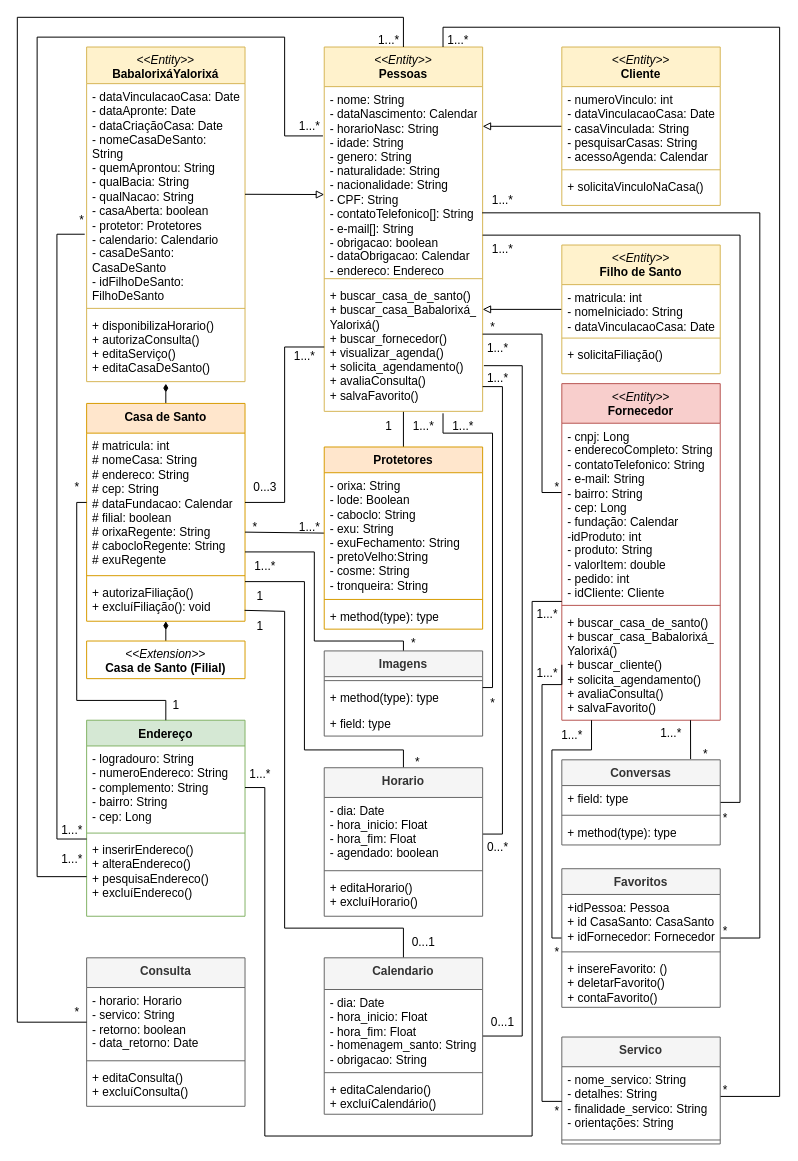
AlexCarvalhovisk/sarava keeps this draw.io diagram as DiagramaDeClasseSarava.drawio. Above is the earlier version. Source tidied: cells renumbered, new cells numbered last; positions are measured from the earlier drawing's top-left corner, leaving out a move shared by most shapes. Both pictures are drawn from the tidied source at 99%, with x=0, y=0 at pixel (17, 17).
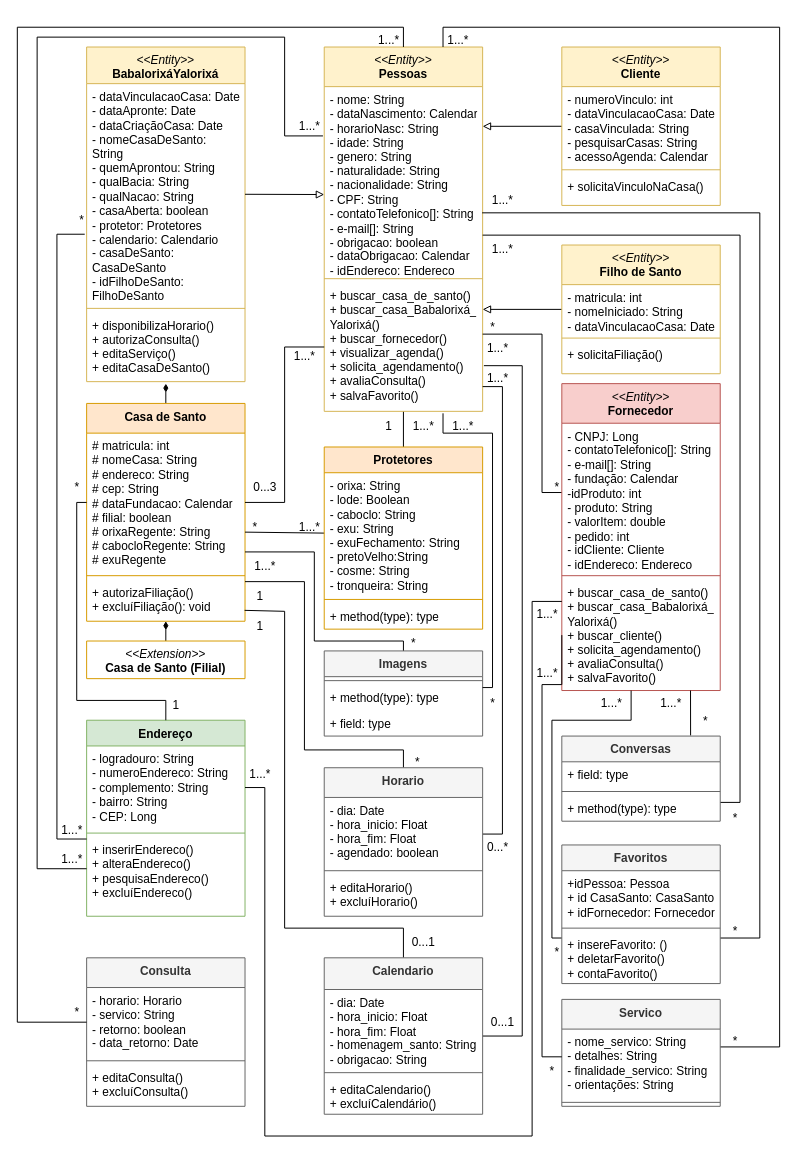
Above is the later version.

Unchanged cells that the change refers to:
```xml
<mxCell id="3" value="&lt;i style=&quot;border-color: var(--border-color); font-weight: 400;&quot;&gt;&amp;lt;&amp;lt;Entity&amp;gt;&amp;gt;&lt;/i&gt;&lt;br&gt;Pessoas" style="swimlane;fontStyle=1;align=center;verticalAlign=top;horizontal=1;startSize=40;whiteSpace=wrap;html=1;fillColor=#fff2cc;strokeColor=#d6b656;" parent="1" vertex="1">
  <mxGeometry x="310" y="30" width="160" height="368" as="geometry" />
</mxCell>
<mxCell id="40" value="- horario: Horario&lt;br&gt;- servico: String&lt;br&gt;- retorno: boolean&lt;br&gt;- data_retorno: Date" style="text;strokeColor=none;fillColor=none;align=left;verticalAlign=top;spacingLeft=4;spacingRight=4;overflow=hidden;points=[[0,0.5],[1,0.5]];portConstraint=eastwest;whiteSpace=wrap;html=1;" parent="39" vertex="1">
  <mxGeometry y="30" width="160" height="70" as="geometry" />
</mxCell>
<mxCell id="51" value="- nome_servico: String&lt;br&gt;- detalhes: String&lt;br&gt;- finalidade_servico: String&lt;br&gt;- orientações: String" style="text;strokeColor=none;fillColor=none;align=left;verticalAlign=top;spacingLeft=4;spacingRight=4;overflow=hidden;points=[[0,0.5],[1,0.5]];portConstraint=eastwest;whiteSpace=wrap;html=1;" parent="50" vertex="1">
  <mxGeometry y="30" width="160" height="70" as="geometry" />
</mxCell>
<mxCell id="53" value="Endereço" style="swimlane;fontStyle=1;align=center;verticalAlign=top;horizontal=1;startSize=26;whiteSpace=wrap;html=1;fillColor=#d5e8d4;strokeColor=#82b366;" parent="1" vertex="1">
  <mxGeometry x="70" y="710" width="160" height="198" as="geometry" />
</mxCell>
<mxCell id="56" value="+ inserirEndereco()&lt;br&gt;+ alteraEndereco()&lt;br&gt;+ pesquisaEndereco()&lt;br&gt;+ excluíEndereco()" style="text;strokeColor=none;fillColor=none;align=left;verticalAlign=top;spacingLeft=4;spacingRight=4;overflow=hidden;points=[[0,0.5],[1,0.5]];portConstraint=eastwest;whiteSpace=wrap;html=1;" parent="53" vertex="1">
  <mxGeometry y="118" width="160" height="80" as="geometry" />
</mxCell>
```

The edit, as a diff of the source:
```diff
@@
-    <mxCell id="4" value="- nome: String&lt;br&gt;- dataNascimento: Calendar&lt;br&gt;- horarioNasc: String&lt;br&gt;- idade: String&lt;br&gt;- genero: String&lt;br&gt;- naturalidade: String&lt;br&gt;- nacionalidade: String&lt;br&gt;- CPF: String&lt;br&gt;- contatoTelefonico[]: String&lt;br&gt;- e-mail[]: String&lt;br&gt;- obrigacao: boolean&lt;br&gt;- dataObrigacao: Calendar&lt;br&gt;- endereco: Endereco" style="text;strokeColor=none;fillColor=none;align=left;verticalAlign=top;spacingLeft=4;spacingRight=4;overflow=hidden;points=[[0,0.5],[1,0.5]];portConstraint=eastwest;whiteSpace=wrap;html=1;" parent="3" vertex="1">
+    <mxCell id="4" value="- nome: String&lt;br&gt;- dataNascimento: Calendar&lt;br&gt;- horarioNasc: String&lt;br&gt;- idade: String&lt;br&gt;- genero: String&lt;br&gt;- naturalidade: String&lt;br&gt;- nacionalidade: String&lt;br&gt;- CPF: String&lt;br&gt;- contatoTelefonico[]: String&lt;br&gt;- e-mail[]: String&lt;br&gt;- obrigacao: boolean&lt;br&gt;- dataObrigacao: Calendar&lt;br&gt;- idEndereco: Endereco" style="text;strokeColor=none;fillColor=none;align=left;verticalAlign=top;spacingLeft=4;spacingRight=4;overflow=hidden;points=[[0,0.5],[1,0.5]];portConstraint=eastwest;whiteSpace=wrap;html=1;" parent="3" vertex="1">
       <mxGeometry y="40" width="160" height="190" as="geometry" />
     </mxCell>
@@
     <mxCell id="18" value="&lt;i style=&quot;border-color: var(--border-color); font-weight: 400;&quot;&gt;&amp;lt;&amp;lt;Entity&amp;gt;&amp;gt;&lt;/i&gt;&lt;br&gt;Fornecedor" style="swimlane;fontStyle=1;align=center;verticalAlign=top;horizontal=1;startSize=40;whiteSpace=wrap;html=1;fillColor=#f8cecc;strokeColor=#b85450;" parent="1" vertex="1">
-      <mxGeometry x="550" y="370" width="160" height="340" as="geometry" />
+      <mxGeometry x="550" y="370" width="160" height="310" as="geometry" />
     </mxCell>
-    <mxCell id="19" value="- cnpj: Long&lt;br&gt;- enderecoCompleto: String&lt;br&gt;- contatoTelefonico: String&lt;br&gt;- e-mail: String&lt;br&gt;- bairro: String&lt;br style=&quot;border-color: var(--border-color);&quot;&gt;- cep: Long&lt;br&gt;- fundação: Calendar&lt;br&gt;-idProduto: int&lt;br&gt;- produto: String&lt;br&gt;- valorItem: double&lt;br&gt;- pedido: int&lt;br&gt;- idCliente: Cliente" style="text;strokeColor=none;fillColor=none;align=left;verticalAlign=top;spacingLeft=4;spacingRight=4;overflow=hidden;points=[[0,0.5],[1,0.5]];portConstraint=eastwest;whiteSpace=wrap;html=1;" parent="18" vertex="1">
-      <mxGeometry y="40" width="160" height="180" as="geometry" />
+    <mxCell id="19" value="- CNPJ: Long&lt;br&gt;- contatoTelefonico[]: String&lt;br&gt;- e-mail[]: String&lt;br&gt;- fundação: Calendar&lt;br&gt;-idProduto: int&lt;br&gt;- produto: String&lt;br&gt;- valorItem: double&lt;br&gt;- pedido: int&lt;br&gt;- idCliente: Cliente&lt;br&gt;- idEndereco: Endereco" style="text;strokeColor=none;fillColor=none;align=left;verticalAlign=top;spacingLeft=4;spacingRight=4;overflow=hidden;points=[[0,0.5],[1,0.5]];portConstraint=eastwest;whiteSpace=wrap;html=1;" parent="18" vertex="1">
+      <mxGeometry y="40" width="160" height="150" as="geometry" />
     </mxCell>
     <mxCell id="20" style="line;strokeWidth=1;fillColor=none;align=left;verticalAlign=middle;spacingTop=-1;spacingLeft=3;spacingRight=3;labelPosition=right;strokeColor=inherit;" parent="18" vertex="1">
-      <mxGeometry y="220" width="160" height="8" as="geometry" />
+      <mxGeometry y="190" width="160" height="8" as="geometry" />
     </mxCell>
     <mxCell id="21" value="+ buscar_casa_de_santo()&lt;br&gt;+ buscar_casa_Babalorixá_&lt;br&gt;Yalorixá()&lt;br&gt;+ buscar_cliente()&lt;br&gt;+ solicita_agendamento()&lt;br&gt;+ avaliaConsulta()&lt;br&gt;+ salvaFavorito()" style="text;strokeColor=none;fillColor=none;align=left;verticalAlign=top;spacingLeft=4;spacingRight=4;overflow=hidden;points=[[0,0.5],[1,0.5]];portConstraint=eastwest;whiteSpace=wrap;html=1;" parent="18" vertex="1">
-      <mxGeometry y="228" width="160" height="112" as="geometry" />
+      <mxGeometry y="198" width="160" height="112" as="geometry" />
     </mxCell>
@@
     <mxCell id="49" style="edgeStyle=orthogonalEdgeStyle;rounded=0;jettySize=auto;html=1;endArrow=none;endFill=0;" parent="1" edge="1" source="50">
       <mxGeometry relative="1" as="geometry">
         <mxPoint x="430" y="30" as="targetPoint" />
         <Array as="points">
-          <mxPoint x="770" y="1090" />
+          <mxPoint x="770" y="1040" />
           <mxPoint x="770" y="10" />
           <mxPoint x="430" y="10" />
         </Array>
       </mxGeometry>
     </mxCell>
     <mxCell id="50" value="Servico" style="swimlane;fontStyle=1;align=center;verticalAlign=top;horizontal=1;startSize=30;whiteSpace=wrap;html=1;fillColor=#f5f5f5;fontColor=#333333;strokeColor=#666666;" parent="1" vertex="1">
-      <mxGeometry x="550" y="1030" width="160" height="108" as="geometry" />
+      <mxGeometry x="550" y="992" width="160" height="108" as="geometry" />
     </mxCell>
@@
-    <mxCell id="54" value="- logradouro: String&lt;br&gt;- numeroEndereco: String&lt;br&gt;- complemento: String&lt;br&gt;- bairro: String&lt;br&gt;- cep: Long" style="text;strokeColor=none;fillColor=none;align=left;verticalAlign=top;spacingLeft=4;spacingRight=4;overflow=hidden;points=[[0,0.5],[1,0.5]];portConstraint=eastwest;whiteSpace=wrap;html=1;" parent="53" vertex="1">
+    <mxCell id="54" value="- logradouro: String&lt;br&gt;- numeroEndereco: String&lt;br&gt;- complemento: String&lt;br&gt;- bairro: String&lt;br&gt;- CEP: Long" style="text;strokeColor=none;fillColor=none;align=left;verticalAlign=top;spacingLeft=4;spacingRight=4;overflow=hidden;points=[[0,0.5],[1,0.5]];portConstraint=eastwest;whiteSpace=wrap;html=1;" parent="53" vertex="1">
       <mxGeometry y="26" width="160" height="84" as="geometry" />
     </mxCell>
@@
     <mxCell id="62" style="rounded=0;jettySize=auto;html=1;endArrow=none;endFill=0;exitX=0.813;exitY=-0.007;exitDx=0;exitDy=0;exitPerimeter=0;" parent="1" edge="1" source="64">
       <mxGeometry relative="1" as="geometry">
-        <mxPoint x="680" y="710" as="targetPoint" />
+        <mxPoint x="680" y="680" as="targetPoint" />
       </mxGeometry>
     </mxCell>
@@
     <mxCell id="64" value="Conversas" style="swimlane;fontStyle=1;align=center;verticalAlign=top;horizontal=1;startSize=26;whiteSpace=wrap;html=1;fillColor=#f5f5f5;fontColor=#333333;strokeColor=#666666;" parent="1" vertex="1">
-      <mxGeometry x="550" y="750" width="160" height="86" as="geometry" />
+      <mxGeometry x="550" y="726" width="160" height="86" as="geometry" />
     </mxCell>
@@
     <mxCell id="69" style="edgeStyle=orthogonalEdgeStyle;rounded=0;jettySize=auto;html=1;endArrow=none;endFill=0;" parent="1" edge="1" source="70" target="21">
       <mxGeometry relative="1" as="geometry">
         <Array as="points">
           <mxPoint x="540" y="930" />
-          <mxPoint x="540" y="740" />
-          <mxPoint x="580" y="740" />
+          <mxPoint x="540" y="710" />
+          <mxPoint x="620" y="710" />
         </Array>
       </mxGeometry>
     </mxCell>
     <mxCell id="70" value="Favoritos" style="swimlane;fontStyle=1;align=center;verticalAlign=top;horizontal=1;startSize=26;whiteSpace=wrap;html=1;fillColor=#f5f5f5;fontColor=#333333;strokeColor=#666666;" parent="1" vertex="1">
-      <mxGeometry x="550" y="860" width="160" height="140" as="geometry" />
+      <mxGeometry x="550" y="836" width="160" height="140" as="geometry" />
     </mxCell>
@@
     <mxCell id="85" value="*" style="text;html=1;align=center;verticalAlign=middle;strokeColor=none;fillColor=none;" parent="1" vertex="1">
-      <mxGeometry x="700" y="1069" width="30" height="30" as="geometry" />
+      <mxGeometry x="710" y="1020" width="30" height="30" as="geometry" />
     </mxCell>
@@
     <mxCell id="88" value="*" style="text;html=1;align=center;verticalAlign=middle;strokeColor=none;fillColor=none;" parent="1" vertex="1">
-      <mxGeometry x="700" y="908" width="30" height="30" as="geometry" />
+      <mxGeometry x="710" y="908" width="30" height="30" as="geometry" />
     </mxCell>
     <mxCell id="89" value="*" style="text;html=1;align=center;verticalAlign=middle;strokeColor=none;fillColor=none;" parent="1" vertex="1">
-      <mxGeometry x="700" y="794" width="30" height="30" as="geometry" />
+      <mxGeometry x="710" y="794" width="30" height="30" as="geometry" />
     </mxCell>
@@
     <mxCell id="91" style="edgeStyle=orthogonalEdgeStyle;rounded=0;jettySize=auto;html=1;endArrow=none;endFill=0;" parent="1" edge="1" source="40">
       <mxGeometry relative="1" as="geometry">
         <mxPoint x="390" y="30" as="targetPoint" />
         <Array as="points">
           <mxPoint y="1015" />
-          <mxPoint />
-          <mxPoint x="390" />
+          <mxPoint y="10" />
+          <mxPoint x="390" y="10" />
         </Array>
       </mxGeometry>
     </mxCell>
@@
     <mxCell id="118" value="*" style="text;html=1;align=center;verticalAlign=middle;strokeColor=none;fillColor=none;" parent="1" vertex="1">
-      <mxGeometry x="680" y="730" width="30" height="30" as="geometry" />
+      <mxGeometry x="680" y="696" width="30" height="30" as="geometry" />
     </mxCell>
     <mxCell id="119" value="1...*" style="text;html=1;align=center;verticalAlign=middle;strokeColor=none;fillColor=none;" parent="1" vertex="1">
-      <mxGeometry x="540" y="710" width="40" height="30" as="geometry" />
+      <mxGeometry x="580" y="678" width="40" height="30" as="geometry" />
     </mxCell>
@@
     <mxCell id="121" style="edgeStyle=orthogonalEdgeStyle;rounded=0;jettySize=auto;html=1;entryX=0;entryY=0.5;entryDx=0;entryDy=0;endArrow=none;endFill=0;" parent="1" edge="1" source="51" target="21">
       <mxGeometry relative="1" as="geometry">
         <Array as="points">
-          <mxPoint x="530" y="1095" />
+          <mxPoint x="530" y="1050" />
           <mxPoint x="530" y="674" />
+          <mxPoint x="550" y="674" />
         </Array>
       </mxGeometry>
     </mxCell>
     <mxCell id="122" value="*" style="text;html=1;align=center;verticalAlign=middle;strokeColor=none;fillColor=none;" parent="1" vertex="1">
-      <mxGeometry x="530" y="1090" width="30" height="30" as="geometry" />
+      <mxGeometry x="525" y="1050" width="30" height="30" as="geometry" />
     </mxCell>
@@
     <mxCell id="125" value="1...*" style="text;html=1;align=center;verticalAlign=middle;strokeColor=none;fillColor=none;" parent="1" vertex="1">
-      <mxGeometry x="640" y="708" width="40" height="30" as="geometry" />
+      <mxGeometry x="640" y="678" width="40" height="30" as="geometry" />
     </mxCell>
@@
     <mxCell id="127" style="edgeStyle=orthogonalEdgeStyle;rounded=0;jettySize=auto;html=1;entryX=-0.008;entryY=0.262;entryDx=0;entryDy=0;entryPerimeter=0;endArrow=none;endFill=0;" parent="1" edge="1" source="56" target="4">
       <mxGeometry relative="1" as="geometry">
         <Array as="points">
-          <mxPoint x="20" y="868" />
+          <mxPoint x="20" y="860" />
           <mxPoint x="20" y="20" />
           <mxPoint x="270" y="20" />
           <mxPoint x="270" y="120" />
         </Array>
       </mxGeometry>
     </mxCell>
```
